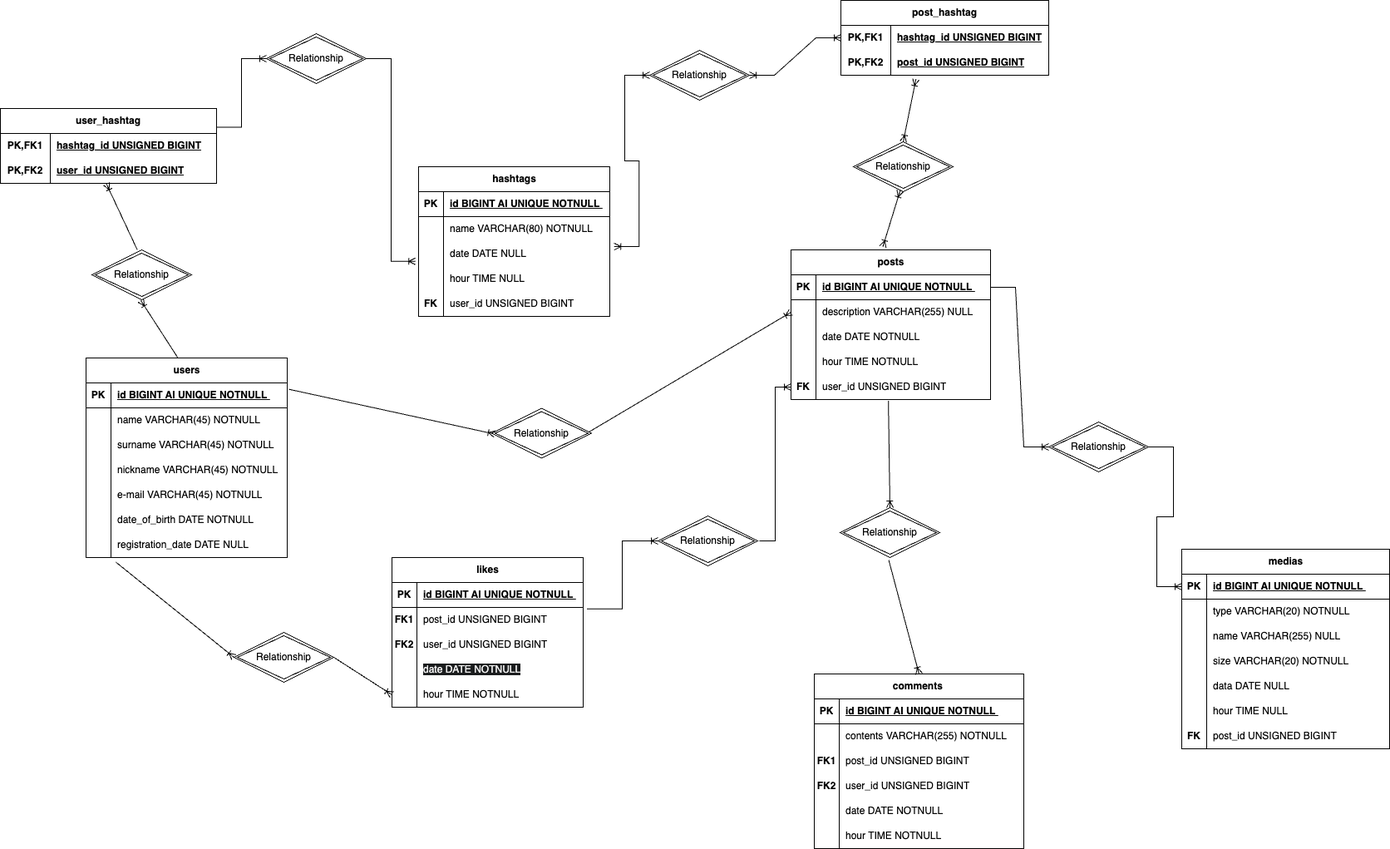
Earlier version of the draw.io export DB/img/db_social.drawio.png (Alessiasansalone/social-platform). Source tidied: cells renumbered, new cells last; positions are measured from the earlier drawing's top-left corner, leaving out a move shared by most shapes.
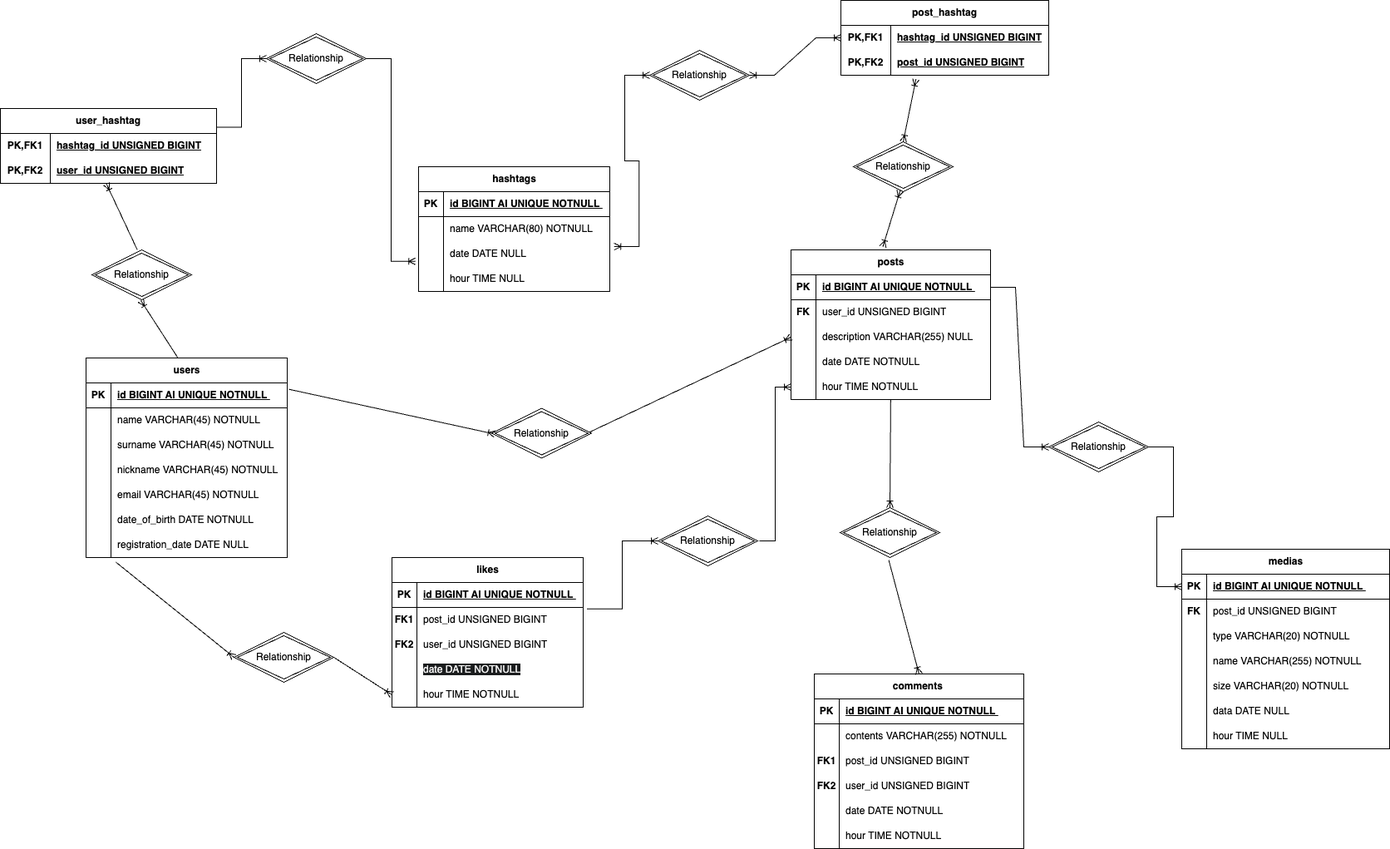
The same diagram one commit later.

The edit, as a diff of the source:
```diff
@@ -47,7 +47,7 @@
     <mxCell id="16" style="shape=partialRectangle;fillColor=none;top=0;left=0;bottom=0;right=0;overflow=hidden;whiteSpace=wrap;html=1;" parent="15" vertex="1">
       <mxGeometry width="30" height="30" as="geometry" />
     </mxCell>
-    <mxCell id="17" value="e-mail VARCHAR(45) NOTNULL" style="shape=partialRectangle;fillColor=none;top=0;left=0;bottom=0;right=0;align=left;spacingLeft=6;overflow=hidden;whiteSpace=wrap;html=1;" parent="15" vertex="1">
+    <mxCell id="17" value="email VARCHAR(45) NOTNULL" style="shape=partialRectangle;fillColor=none;top=0;left=0;bottom=0;right=0;align=left;spacingLeft=6;overflow=hidden;whiteSpace=wrap;html=1;" parent="15" vertex="1">
       <mxGeometry x="30" width="212" height="30" as="geometry" />
     </mxCell>
     <mxCell id="18" style="shape=tableRow;horizontal=0;startSize=0;swimlaneHead=0;swimlaneBody=0;fillColor=none;top=0;left=0;right=0;bottom=0;" parent="2" vertex="1">
@@ -80,8 +80,17 @@
     <mxCell id="27" value="id BIGINT AI UNIQUE NOTNULL&amp;nbsp;" style="shape=partialRectangle;fillColor=none;top=0;left=0;bottom=0;right=0;align=left;spacingLeft=6;fontStyle=5;overflow=hidden;whiteSpace=wrap;html=1;" parent="25" vertex="1">
       <mxGeometry x="30" width="210" height="30" as="geometry" />
     </mxCell>
+    <mxCell id="37" style="shape=tableRow;horizontal=0;startSize=0;swimlaneHead=0;swimlaneBody=0;fillColor=none;points=[[0,0.5],[1,0.5]];portConstraint=eastwest;top=0;left=0;right=0;bottom=0;" parent="24" vertex="1">
+      <mxGeometry y="60" width="240" height="30" as="geometry" />
+    </mxCell>
+    <mxCell id="38" value="FK" style="shape=partialRectangle;fillColor=none;top=0;left=0;bottom=0;right=0;overflow=hidden;whiteSpace=wrap;html=1;fontStyle=1;" parent="37" vertex="1">
+      <mxGeometry width="30" height="30" as="geometry" />
+    </mxCell>
+    <mxCell id="39" value="user_id UNSIGNED BIGINT" style="shape=partialRectangle;fillColor=none;top=0;left=0;bottom=0;right=0;align=left;spacingLeft=6;overflow=hidden;whiteSpace=wrap;html=1;" parent="37" vertex="1">
+      <mxGeometry x="30" width="210" height="30" as="geometry" />
+    </mxCell>
     <mxCell id="28" style="shape=tableRow;horizontal=0;startSize=0;swimlaneHead=0;swimlaneBody=0;fillColor=none;points=[[0,0.5],[1,0.5]];portConstraint=eastwest;top=0;left=0;right=0;bottom=0;" parent="24" vertex="1">
-      <mxGeometry y="60" width="240" height="30" as="geometry" />
+      <mxGeometry y="90" width="240" height="30" as="geometry" />
     </mxCell>
     <mxCell id="29" style="shape=partialRectangle;fillColor=none;top=0;left=0;bottom=0;right=0;overflow=hidden;whiteSpace=wrap;html=1;" parent="28" vertex="1">
       <mxGeometry width="30" height="30" as="geometry" />
@@ -90,7 +99,7 @@
       <mxGeometry x="30" width="210" height="30" as="geometry" />
     </mxCell>
     <mxCell id="31" style="shape=tableRow;horizontal=0;startSize=0;swimlaneHead=0;swimlaneBody=0;fillColor=none;top=0;left=0;right=0;bottom=0;" parent="24" vertex="1">
-      <mxGeometry y="90" width="240" height="30" as="geometry" />
+      <mxGeometry y="120" width="240" height="30" as="geometry" />
     </mxCell>
     <mxCell id="32" style="shape=partialRectangle;fillColor=none;top=0;left=0;bottom=0;right=0;overflow=hidden;whiteSpace=wrap;html=1;" parent="31" vertex="1">
       <mxGeometry width="30" height="30" as="geometry" />
@@ -99,7 +108,7 @@
       <mxGeometry x="30" width="210" height="30" as="geometry" />
     </mxCell>
     <mxCell id="34" style="shape=tableRow;horizontal=0;startSize=0;swimlaneHead=0;swimlaneBody=0;fillColor=none;points=[[0,0.5],[1,0.5]];portConstraint=eastwest;top=0;left=0;right=0;bottom=0;" parent="24" vertex="1">
-      <mxGeometry y="120" width="240" height="30" as="geometry" />
+      <mxGeometry y="150" width="240" height="30" as="geometry" />
     </mxCell>
     <mxCell id="35" style="shape=partialRectangle;fillColor=none;top=0;left=0;bottom=0;right=0;overflow=hidden;whiteSpace=wrap;html=1;" parent="34" vertex="1">
       <mxGeometry width="30" height="30" as="geometry" />
@@ -107,15 +116,6 @@
     <mxCell id="36" value="hour TIME NOTNULL" style="shape=partialRectangle;fillColor=none;top=0;left=0;bottom=0;right=0;align=left;spacingLeft=6;overflow=hidden;whiteSpace=wrap;html=1;" parent="34" vertex="1">
       <mxGeometry x="30" width="210" height="30" as="geometry" />
     </mxCell>
-    <mxCell id="37" style="shape=tableRow;horizontal=0;startSize=0;swimlaneHead=0;swimlaneBody=0;fillColor=none;points=[[0,0.5],[1,0.5]];portConstraint=eastwest;top=0;left=0;right=0;bottom=0;" parent="24" vertex="1">
-      <mxGeometry y="150" width="240" height="30" as="geometry" />
-    </mxCell>
-    <mxCell id="38" value="FK" style="shape=partialRectangle;fillColor=none;top=0;left=0;bottom=0;right=0;overflow=hidden;whiteSpace=wrap;html=1;fontStyle=1;" parent="37" vertex="1">
-      <mxGeometry width="30" height="30" as="geometry" />
-    </mxCell>
-    <mxCell id="39" value="user_id UNSIGNED BIGINT" style="shape=partialRectangle;fillColor=none;top=0;left=0;bottom=0;right=0;align=left;spacingLeft=6;overflow=hidden;whiteSpace=wrap;html=1;" parent="37" vertex="1">
-      <mxGeometry x="30" width="210" height="30" as="geometry" />
-    </mxCell>
     <mxCell id="40" style="fontSize=12;html=1;endArrow=ERoneToMany;rounded=0;exitX=0.939;exitY=0.517;exitDx=0;exitDy=0;exitPerimeter=0;entryX=0;entryY=0.5;entryDx=0;entryDy=0;" parent="1" edge="1" source="42" target="28">
       <mxGeometry relative="1" as="geometry" />
     </mxCell>
@@ -126,7 +126,7 @@
       <mxGeometry x="591" y="490.5" width="120" height="60" as="geometry" />
     </mxCell>
     <mxCell id="43" value="hashtags" style="shape=table;startSize=30;rowLines=0;fontStyle=1;align=center;html=1;" parent="1" vertex="1">
-      <mxGeometry x="503" y="200" width="230" height="180" as="geometry" />
+      <mxGeometry x="503" y="200" width="230" height="150" as="geometry" />
     </mxCell>
     <mxCell id="44" style="shape=tableRow;horizontal=0;startSize=0;swimlaneHead=0;swimlaneBody=0;fillColor=none;top=0;left=0;right=0;bottom=1;" parent="43" vertex="1">
       <mxGeometry y="30" width="230" height="30" as="geometry" />
@@ -164,15 +164,6 @@
     <mxCell id="55" value="hour TIME NULL" style="shape=partialRectangle;fillColor=none;top=0;left=0;bottom=0;right=0;align=left;spacingLeft=6;overflow=hidden;whiteSpace=wrap;html=1;" parent="53" vertex="1">
       <mxGeometry x="30" width="200" height="30" as="geometry" />
     </mxCell>
-    <mxCell id="56" style="shape=tableRow;horizontal=0;startSize=0;swimlaneHead=0;swimlaneBody=0;fillColor=none;top=0;left=0;right=0;bottom=0;" parent="43" vertex="1">
-      <mxGeometry y="150" width="230" height="30" as="geometry" />
-    </mxCell>
-    <mxCell id="57" value="&lt;b&gt;FK&lt;/b&gt;" style="shape=partialRectangle;fillColor=none;top=0;left=0;bottom=0;right=0;overflow=hidden;whiteSpace=wrap;html=1;" parent="56" vertex="1">
-      <mxGeometry width="30" height="30" as="geometry" />
-    </mxCell>
-    <mxCell id="58" value="user_id UNSIGNED BIGINT" style="shape=partialRectangle;fillColor=none;top=0;left=0;bottom=0;right=0;align=left;spacingLeft=6;overflow=hidden;whiteSpace=wrap;html=1;" parent="56" vertex="1">
-      <mxGeometry x="30" width="200" height="30" as="geometry" />
-    </mxCell>
     <mxCell id="59" value="medias" style="shape=table;startSize=30;rowLines=0;fontStyle=1;align=center;html=1;" parent="1" vertex="1">
       <mxGeometry x="1421" y="660" width="250" height="240" as="geometry" />
     </mxCell>
@@ -185,8 +176,17 @@
     <mxCell id="62" value="id BIGINT AI UNIQUE NOTNULL&amp;nbsp;" style="shape=partialRectangle;fillColor=none;top=0;left=0;bottom=0;right=0;align=left;spacingLeft=6;fontStyle=5;overflow=hidden;whiteSpace=wrap;html=1;" parent="60" vertex="1">
       <mxGeometry x="30" width="220" height="30" as="geometry" />
     </mxCell>
+    <mxCell id="78" style="shape=tableRow;horizontal=0;startSize=0;swimlaneHead=0;swimlaneBody=0;fillColor=none;top=0;left=0;right=0;bottom=0;" parent="59" vertex="1">
+      <mxGeometry y="60" width="250" height="30" as="geometry" />
+    </mxCell>
+    <mxCell id="79" value="FK" style="shape=partialRectangle;fillColor=none;top=0;left=0;bottom=0;right=0;overflow=hidden;whiteSpace=wrap;html=1;fontStyle=1;" parent="78" vertex="1">
+      <mxGeometry width="30" height="30" as="geometry" />
+    </mxCell>
+    <mxCell id="80" value="post_id UNSIGNED BIGINT" style="shape=partialRectangle;fillColor=none;top=0;left=0;bottom=0;right=0;align=left;spacingLeft=6;overflow=hidden;whiteSpace=wrap;html=1;" parent="78" vertex="1">
+      <mxGeometry x="30" width="220" height="30" as="geometry" />
+    </mxCell>
     <mxCell id="63" style="shape=tableRow;horizontal=0;startSize=0;swimlaneHead=0;swimlaneBody=0;fillColor=none;top=0;left=0;right=0;bottom=0;" parent="59" vertex="1">
-      <mxGeometry y="60" width="250" height="30" as="geometry" />
+      <mxGeometry y="90" width="250" height="30" as="geometry" />
     </mxCell>
     <mxCell id="64" style="shape=partialRectangle;fillColor=none;top=0;left=0;bottom=0;right=0;overflow=hidden;whiteSpace=wrap;html=1;" parent="63" vertex="1">
       <mxGeometry width="30" height="30" as="geometry" />
@@ -195,16 +195,16 @@
       <mxGeometry x="30" width="220" height="30" as="geometry" />
     </mxCell>
     <mxCell id="66" style="shape=tableRow;horizontal=0;startSize=0;swimlaneHead=0;swimlaneBody=0;fillColor=none;top=0;left=0;right=0;bottom=0;" parent="59" vertex="1">
-      <mxGeometry y="90" width="250" height="30" as="geometry" />
+      <mxGeometry y="120" width="250" height="30" as="geometry" />
     </mxCell>
     <mxCell id="67" style="shape=partialRectangle;fillColor=none;top=0;left=0;bottom=0;right=0;overflow=hidden;whiteSpace=wrap;html=1;" parent="66" vertex="1">
       <mxGeometry width="30" height="30" as="geometry" />
     </mxCell>
-    <mxCell id="68" value="name VARCHAR(255) NULL" style="shape=partialRectangle;fillColor=none;top=0;left=0;bottom=0;right=0;align=left;spacingLeft=6;overflow=hidden;whiteSpace=wrap;html=1;" parent="66" vertex="1">
+    <mxCell id="68" value="name VARCHAR(255) NOTNULL" style="shape=partialRectangle;fillColor=none;top=0;left=0;bottom=0;right=0;align=left;spacingLeft=6;overflow=hidden;whiteSpace=wrap;html=1;" parent="66" vertex="1">
       <mxGeometry x="30" width="220" height="30" as="geometry" />
     </mxCell>
     <mxCell id="69" style="shape=tableRow;horizontal=0;startSize=0;swimlaneHead=0;swimlaneBody=0;fillColor=none;top=0;left=0;right=0;bottom=0;" parent="59" vertex="1">
-      <mxGeometry y="120" width="250" height="30" as="geometry" />
+      <mxGeometry y="150" width="250" height="30" as="geometry" />
     </mxCell>
     <mxCell id="70" style="shape=partialRectangle;fillColor=none;top=0;left=0;bottom=0;right=0;overflow=hidden;whiteSpace=wrap;html=1;" parent="69" vertex="1">
       <mxGeometry width="30" height="30" as="geometry" />
@@ -213,7 +213,7 @@
       <mxGeometry x="30" width="220" height="30" as="geometry" />
     </mxCell>
     <mxCell id="72" style="shape=tableRow;horizontal=0;startSize=0;swimlaneHead=0;swimlaneBody=0;fillColor=none;top=0;left=0;right=0;bottom=0;" parent="59" vertex="1">
-      <mxGeometry y="150" width="250" height="30" as="geometry" />
+      <mxGeometry y="180" width="250" height="30" as="geometry" />
     </mxCell>
     <mxCell id="73" style="shape=partialRectangle;fillColor=none;top=0;left=0;bottom=0;right=0;overflow=hidden;whiteSpace=wrap;html=1;" parent="72" vertex="1">
       <mxGeometry width="30" height="30" as="geometry" />
@@ -222,7 +222,7 @@
       <mxGeometry x="30" width="220" height="30" as="geometry" />
     </mxCell>
     <mxCell id="75" style="shape=tableRow;horizontal=0;startSize=0;swimlaneHead=0;swimlaneBody=0;fillColor=none;top=0;left=0;right=0;bottom=0;" parent="59" vertex="1">
-      <mxGeometry y="180" width="250" height="30" as="geometry" />
+      <mxGeometry y="210" width="250" height="30" as="geometry" />
     </mxCell>
     <mxCell id="76" style="shape=partialRectangle;fillColor=none;top=0;left=0;bottom=0;right=0;overflow=hidden;whiteSpace=wrap;html=1;" parent="75" vertex="1">
       <mxGeometry width="30" height="30" as="geometry" />
@@ -230,15 +230,6 @@
     <mxCell id="77" value="hour TIME NULL" style="shape=partialRectangle;fillColor=none;top=0;left=0;bottom=0;right=0;align=left;spacingLeft=6;overflow=hidden;whiteSpace=wrap;html=1;" parent="75" vertex="1">
       <mxGeometry x="30" width="220" height="30" as="geometry" />
     </mxCell>
-    <mxCell id="78" style="shape=tableRow;horizontal=0;startSize=0;swimlaneHead=0;swimlaneBody=0;fillColor=none;top=0;left=0;right=0;bottom=0;" parent="59" vertex="1">
-      <mxGeometry y="210" width="250" height="30" as="geometry" />
-    </mxCell>
-    <mxCell id="79" value="FK" style="shape=partialRectangle;fillColor=none;top=0;left=0;bottom=0;right=0;overflow=hidden;whiteSpace=wrap;html=1;fontStyle=1;" parent="78" vertex="1">
-      <mxGeometry width="30" height="30" as="geometry" />
-    </mxCell>
-    <mxCell id="80" value="post_id UNSIGNED BIGINT" style="shape=partialRectangle;fillColor=none;top=0;left=0;bottom=0;right=0;align=left;spacingLeft=6;overflow=hidden;whiteSpace=wrap;html=1;" parent="78" vertex="1">
-      <mxGeometry x="30" width="220" height="30" as="geometry" />
-    </mxCell>
     <mxCell id="81" value="likes" style="shape=table;startSize=30;rowLines=0;fontStyle=1;align=center;html=1;" parent="1" vertex="1">
       <mxGeometry x="471" y="670" width="230" height="180" as="geometry" />
     </mxCell>
@@ -356,13 +347,13 @@
     <mxCell id="119" style="fontSize=12;html=1;endArrow=ERoneToMany;rounded=0;exitX=0.488;exitY=1.05;exitDx=0;exitDy=0;entryX=0.5;entryY=0;entryDx=0;entryDy=0;elbow=vertical;exitPerimeter=0;" parent="1" edge="1" source="121" target="97">
       <mxGeometry relative="1" as="geometry" />
     </mxCell>
-    <mxCell id="120" style="fontSize=12;html=1;endArrow=ERoneToMany;rounded=0;exitX=0.488;exitY=1.05;exitDx=0;exitDy=0;entryX=0.5;entryY=0;entryDx=0;entryDy=0;elbow=vertical;exitPerimeter=0;" parent="1" edge="1" source="37" target="121">
+    <mxCell id="120" style="fontSize=12;html=1;endArrow=ERoneToMany;rounded=0;entryX=0.5;entryY=0;entryDx=0;entryDy=0;elbow=vertical;" parent="1" edge="1" source="34" target="121">
       <mxGeometry relative="1" as="geometry" />
     </mxCell>
     <mxCell id="121" value="Relationship" style="shape=rhombus;double=1;perimeter=rhombusPerimeter;whiteSpace=wrap;html=1;align=center;" parent="1" vertex="1">
       <mxGeometry x="1010" y="610" width="120" height="60" as="geometry" />
     </mxCell>
-    <mxCell id="122" style="edgeStyle=elbowEdgeStyle;fontSize=12;html=1;endArrow=ERoneToMany;rounded=0;entryX=0;entryY=0.5;entryDx=0;entryDy=0;" parent="1" edge="1" target="37">
+    <mxCell id="122" style="edgeStyle=elbowEdgeStyle;fontSize=12;html=1;endArrow=ERoneToMany;rounded=0;entryX=0;entryY=0.5;entryDx=0;entryDy=0;" parent="1" edge="1" target="34">
       <mxGeometry relative="1" as="geometry">
         <mxPoint x="913" y="650" as="sourcePoint" />
       </mxGeometry>
```
